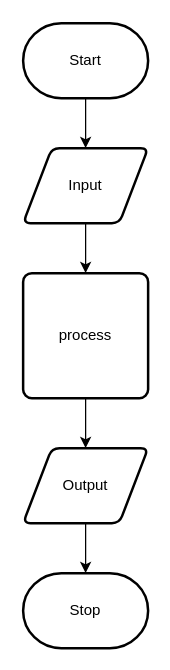
Above: design/flow-chart.drawio in Timothy-Manwell/ICS2O-Unit-5-06 (draw.io), before the change. Source tidied: cells renumbered, new cells numbered last; positions are measured from the earlier drawing's top-left corner, leaving out a move shared by most shapes. Both pictures are drawn from the tidied source at 125%, with x=0, y=0 at pixel (22, 22).
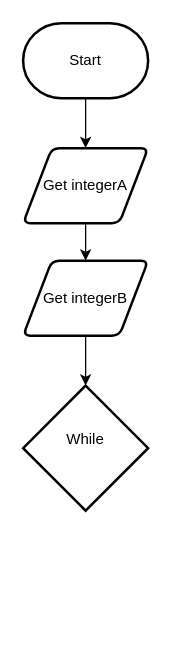
The same page after the edit.

Diff of the diagram source:
```diff
@@
 <mxGraphModel>
   <root>
     <mxCell id="0" />
     <mxCell id="1" parent="0" />
     <mxCell id="2" style="edgeStyle=none;html=1;" parent="1" edge="1" source="3" target="5">
       <mxGeometry relative="1" as="geometry" />
     </mxCell>
     <mxCell id="3" value="Start" style="strokeWidth=2;html=1;shape=mxgraph.flowchart.terminator;whiteSpace=wrap;" parent="1" vertex="1">
       <mxGeometry width="100" height="60" as="geometry" />
     </mxCell>
-    <mxCell id="4" style="edgeStyle=none;html=1;" parent="1" edge="1" source="5" target="7">
-      <mxGeometry relative="1" as="geometry" />
-    </mxCell>
+    <mxCell id="11" style="edgeStyle=none;html=1;" parent="1" edge="1" source="5" target="8">
+      <mxGeometry relative="1" as="geometry" />
+    </mxCell>
-    <mxCell id="5" value="Input" style="shape=parallelogram;html=1;strokeWidth=2;perimeter=parallelogramPerimeter;whiteSpace=wrap;rounded=1;arcSize=12;size=0.23;" parent="1" vertex="1">
+    <mxCell id="5" value="Get integerA" style="shape=parallelogram;html=1;strokeWidth=2;perimeter=parallelogramPerimeter;whiteSpace=wrap;rounded=1;arcSize=12;size=0.23;" parent="1" vertex="1">
       <mxGeometry y="100" width="100" height="60" as="geometry" />
     </mxCell>
-    <mxCell id="6" style="edgeStyle=none;html=1;" parent="1" edge="1" source="7" target="9">
-      <mxGeometry relative="1" as="geometry" />
-    </mxCell>
-    <mxCell id="7" value="process" style="rounded=1;whiteSpace=wrap;html=1;absoluteArcSize=1;arcSize=14;strokeWidth=2;" parent="1" vertex="1">
-      <mxGeometry y="200" width="100" height="100" as="geometry" />
-    </mxCell>
+    <mxCell id="12" style="edgeStyle=none;html=1;entryX=0.5;entryY=0;entryDx=0;entryDy=0;entryPerimeter=0;" parent="1" edge="1" source="8" target="13">
+      <mxGeometry relative="1" as="geometry" />
+    </mxCell>
-    <mxCell id="8" style="edgeStyle=none;html=1;" parent="1" edge="1" source="9" target="10">
-      <mxGeometry relative="1" as="geometry" />
+    <mxCell id="8" value="Get integerB" style="shape=parallelogram;html=1;strokeWidth=2;perimeter=parallelogramPerimeter;whiteSpace=wrap;rounded=1;arcSize=12;size=0.23;" parent="1" vertex="1">
+      <mxGeometry y="190" width="100" height="60" as="geometry" />
     </mxCell>
-    <mxCell id="9" value="Output" style="shape=parallelogram;html=1;strokeWidth=2;perimeter=parallelogramPerimeter;whiteSpace=wrap;rounded=1;arcSize=12;size=0.23;" parent="1" vertex="1">
-      <mxGeometry y="340" width="100" height="60" as="geometry" />
-    </mxCell>
-    <mxCell id="10" value="Stop" style="strokeWidth=2;html=1;shape=mxgraph.flowchart.terminator;whiteSpace=wrap;" parent="1" vertex="1">
-      <mxGeometry y="440" width="100" height="60" as="geometry" />
-    </mxCell>
+    <mxCell id="13" value="While&lt;br&gt;&lt;br&gt;" style="strokeWidth=2;html=1;shape=mxgraph.flowchart.decision;whiteSpace=wrap;" parent="1" vertex="1">
+      <mxGeometry y="290" width="100" height="100" as="geometry" />
+    </mxCell>
   </root>
 </mxGraphModel>
```
